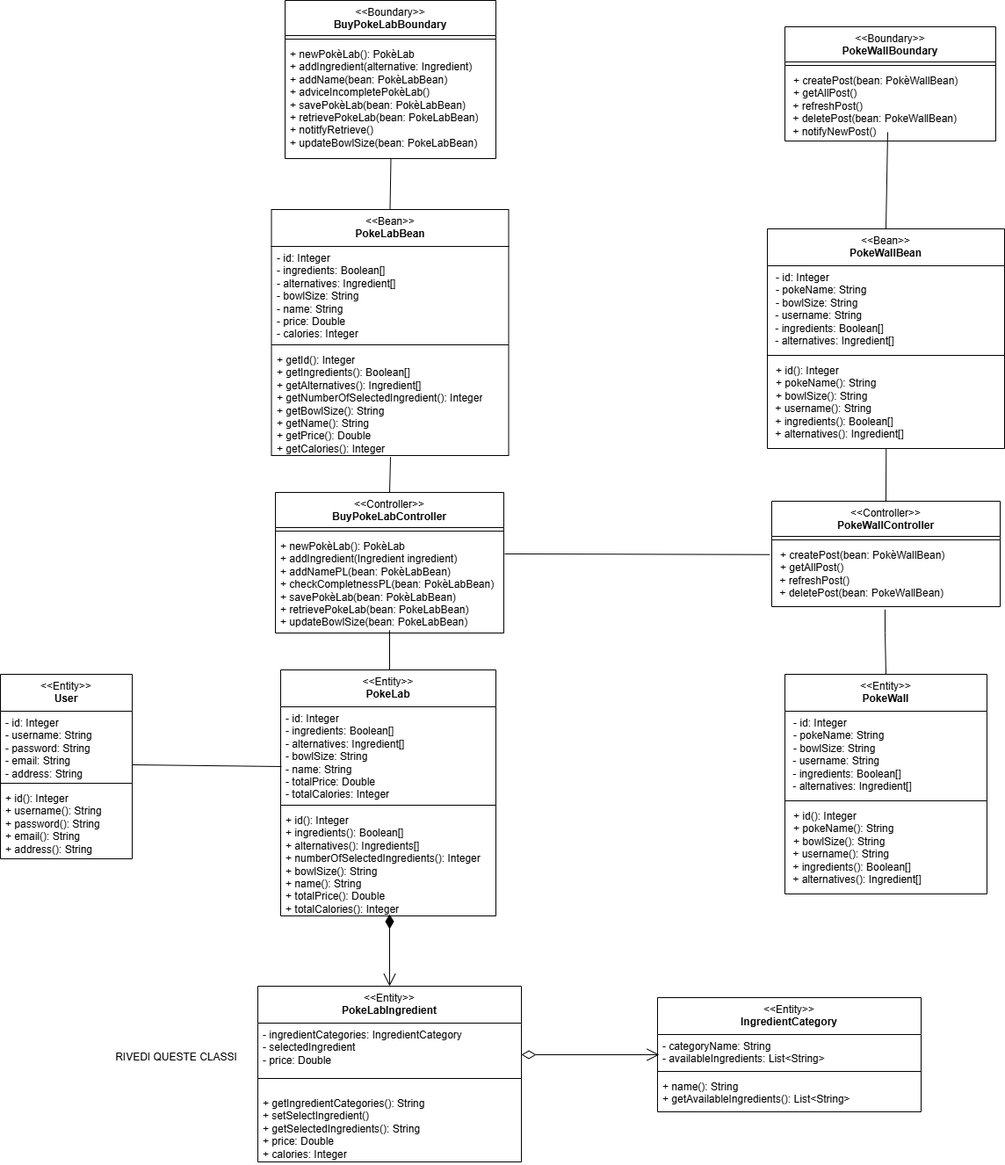
Above: diagrams/BCE.drawio.png in matteopinfildi/YourPoke-ISPWProject (draw.io), before the change. Source tidied: cells renumbered, new cells last; positions are measured from the earlier drawing's top-left corner, leaving out a move shared by most shapes.
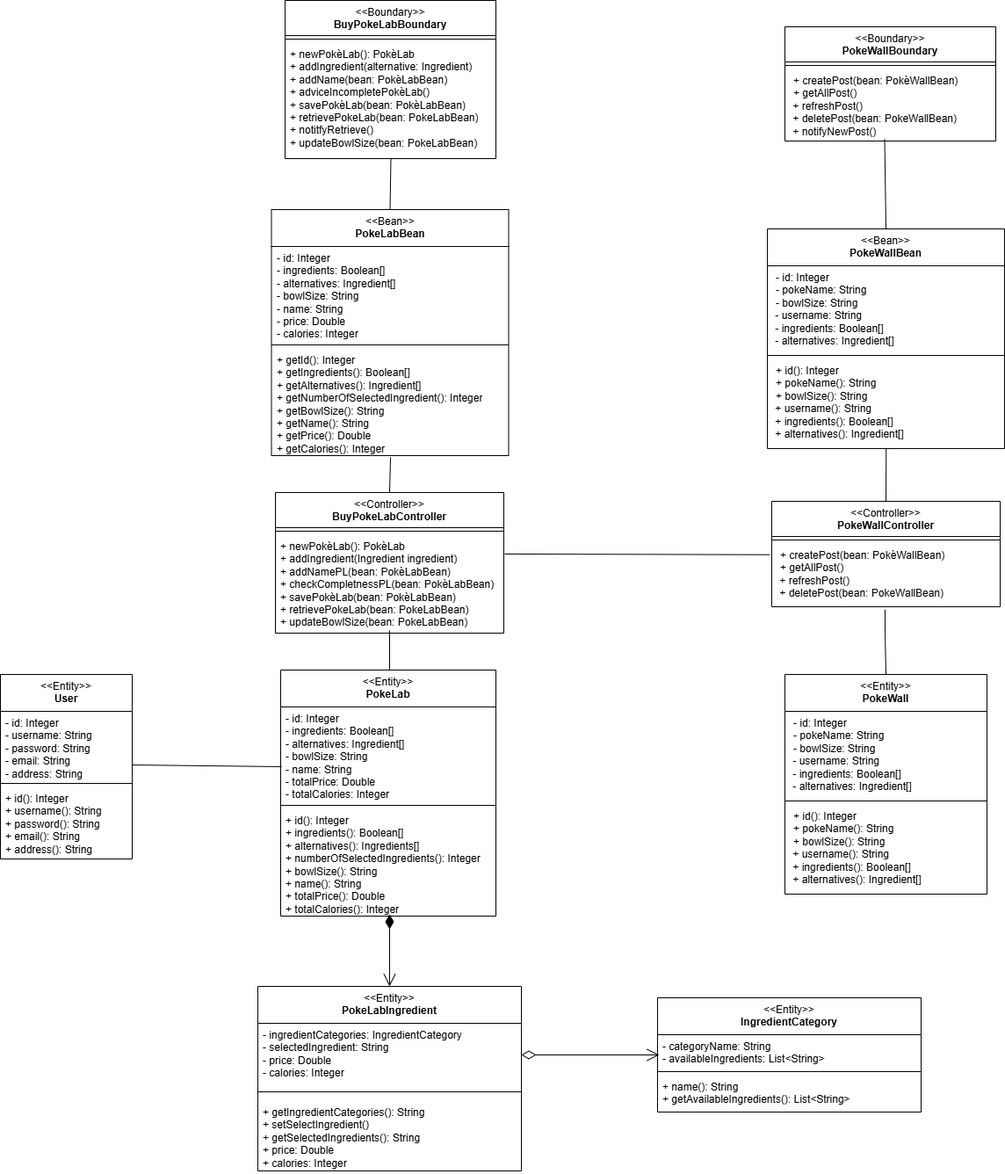
The same diagram one commit later.

Diff of the diagram source:
```diff
@@ -111,16 +111,16 @@
       <mxGeometry y="158" width="270" height="122" as="geometry" />
     </mxCell>
     <mxCell id="34" value="&lt;div&gt;&lt;span style=&quot;font-weight: 400;&quot;&gt;&amp;lt;&amp;lt;Entity&amp;gt;&amp;gt;&lt;/span&gt;&lt;br&gt;&lt;/div&gt;PokeLabIngredient" style="swimlane;fontStyle=1;align=center;verticalAlign=top;horizontal=1;startSize=42;whiteSpace=wrap;html=1;" parent="1" vertex="1">
-      <mxGeometry x="293" y="1122" width="300" height="200" as="geometry" />
+      <mxGeometry x="293" y="1122" width="300" height="210" as="geometry" />
     </mxCell>
-    <mxCell id="35" value="- ingredientCategories: IngredientCategory&lt;div&gt;- selectedIngredient&lt;br&gt;&lt;div&gt;- price: Double&lt;/div&gt;&lt;div&gt;- calories: Integer&lt;/div&gt;&lt;/div&gt;" style="text;strokeColor=none;fillColor=none;align=left;verticalAlign=top;spacingLeft=4;spacingRight=4;overflow=hidden;whiteSpace=wrap;html=1;" parent="34" vertex="1">
-      <mxGeometry y="42" width="300" height="48" as="geometry" />
+    <mxCell id="35" value="- ingredientCategories: IngredientCategory&lt;div&gt;- selectedIngredient: String&lt;/div&gt;&lt;div&gt;&lt;span style=&quot;background-color: transparent; color: light-dark(rgb(0, 0, 0), rgb(255, 255, 255));&quot;&gt;- price: Double&lt;/span&gt;&lt;div&gt;- calories: Integer&lt;/div&gt;&lt;/div&gt;" style="text;strokeColor=none;fillColor=none;align=left;verticalAlign=top;spacingLeft=4;spacingRight=4;overflow=hidden;whiteSpace=wrap;html=1;" parent="34" vertex="1">
+      <mxGeometry y="42" width="300" height="68" as="geometry" />
     </mxCell>
     <mxCell id="36" style="line;strokeWidth=1;fillColor=none;align=left;verticalAlign=middle;spacingTop=-1;spacingLeft=3;spacingRight=3;labelPosition=right;strokeColor=inherit;" parent="34" vertex="1">
-      <mxGeometry y="90" width="300" height="30" as="geometry" />
+      <mxGeometry y="110" width="300" height="20" as="geometry" />
     </mxCell>
     <mxCell id="37" value="+ getIngredientCategories(): String&lt;div&gt;+ setSelectIngredient()&lt;/div&gt;&lt;div&gt;+ getSelectedIngredients(): String&lt;/div&gt;&lt;div&gt;&lt;div&gt;+ price: Double&lt;/div&gt;&lt;div&gt;+ calories: Integer&lt;/div&gt;&lt;/div&gt;" style="text;strokeColor=none;fillColor=none;align=left;verticalAlign=top;spacingLeft=4;spacingRight=4;overflow=hidden;whiteSpace=wrap;html=1;" parent="34" vertex="1">
-      <mxGeometry y="120" width="300" height="80" as="geometry" />
+      <mxGeometry y="130" width="300" height="80" as="geometry" />
     </mxCell>
     <mxCell id="38" value="&lt;div&gt;&lt;span style=&quot;font-weight: 400;&quot;&gt;&amp;lt;&amp;lt;Entity&amp;gt;&amp;gt;&lt;/span&gt;&lt;br&gt;&lt;/div&gt;IngredientCategory" style="swimlane;fontStyle=1;align=center;verticalAlign=top;horizontal=1;startSize=42;whiteSpace=wrap;html=1;" parent="1" vertex="1">
       <mxGeometry x="748" y="1135" width="300" height="130" as="geometry" />
@@ -158,10 +158,8 @@
     <mxCell id="49" value="&lt;p style=&quot;margin: 0px 0px 0px 4px;&quot;&gt;+ createPost(bean: PokèWallBean)&lt;/p&gt;&lt;p style=&quot;margin: 0px 0px 0px 4px;&quot;&gt;+ getAllPost()&lt;/p&gt;&lt;div&gt;&amp;nbsp;&lt;span style=&quot;background-color: transparent; color: light-dark(rgb(0, 0, 0), rgb(255, 255, 255));&quot;&gt;+ refreshPost()&lt;/span&gt;&lt;/div&gt;&lt;div&gt;&lt;span style=&quot;background-color: transparent; color: light-dark(rgb(0, 0, 0), rgb(255, 255, 255));&quot;&gt;&amp;nbsp;+ deletePost(bean: PokeWallBean)&lt;/span&gt;&lt;/div&gt;&lt;div&gt;&lt;span style=&quot;background-color: transparent; color: light-dark(rgb(0, 0, 0), rgb(255, 255, 255));&quot;&gt;&amp;nbsp;+ notifyNewPost()&lt;/span&gt;&lt;/div&gt;" style="text;strokeColor=none;fillColor=none;align=left;verticalAlign=top;spacingLeft=4;spacingRight=4;overflow=hidden;points=[[0,0.5],[1,0.5]];portConstraint=eastwest;whiteSpace=wrap;html=1;" parent="47" vertex="1">
       <mxGeometry y="48" width="240" height="82" as="geometry" />
     </mxCell>
-    <mxCell id="50" style="endArrow=none;html=1;rounded=0;entryX=0.5;entryY=0;entryDx=0;entryDy=0;" parent="1" edge="1" target="43">
-      <mxGeometry relative="1" as="geometry">
-        <mxPoint x="1010" y="150" as="sourcePoint" />
-      </mxGeometry>
+    <mxCell id="50" style="endArrow=none;html=1;rounded=0;entryX=0.5;entryY=0;entryDx=0;entryDy=0;exitX=0.473;exitY=0.973;exitDx=0;exitDy=0;exitPerimeter=0;" parent="1" edge="1" source="49" target="43">
+      <mxGeometry relative="1" as="geometry" />
     </mxCell>
     <mxCell id="51" style="endArrow=open;html=1;endSize=12;startArrow=diamondThin;startSize=14;startFill=0;edgeStyle=orthogonalEdgeStyle;align=left;verticalAlign=bottom;rounded=0;" parent="1" edge="1">
       <mxGeometry x="-1" y="3" relative="1" as="geometry">
@@ -169,8 +167,5 @@
         <mxPoint x="750" y="1200" as="targetPoint" />
       </mxGeometry>
     </mxCell>
-    <mxCell id="52" value="RIVEDI QUESTE CLASSI" style="text;html=1;align=center;verticalAlign=middle;strokeColor=none;fillColor=none;" parent="1" vertex="1">
-      <mxGeometry x="120" y="1188" width="160" height="30" as="geometry" />
-    </mxCell>
   </root>
 </mxGraphModel>
```
